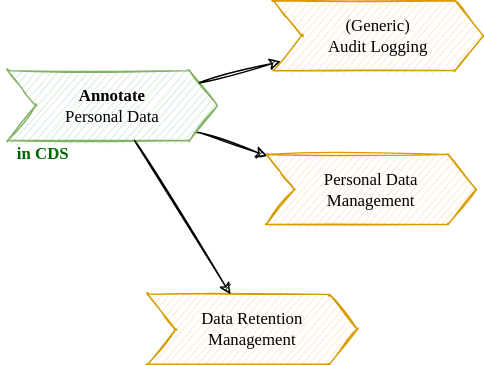
Above: guides/data-privacy/assets/Data-Privacy.drawio.svg in cap-js/docs (draw.io), before the change. Source tidied: cells renumbered, new cells last; positions are measured from the earlier drawing's top-left corner, leaving out a move shared by most shapes. Its diagram source:
```xml
<mxGraphModel>
  <root>
    <mxCell id="0" />
    <mxCell id="1" parent="0" />
    <mxCell id="2" style="jettySize=auto;html=1;sketch=1;curved=1;fontFamily=Chalkboard, &quot;Comic Sans MS&quot;;" parent="1" edge="1" source="3" target="5">
      <mxGeometry relative="1" as="geometry" />
    </mxCell>
    <mxCell id="3" value="&lt;b&gt;Annotate &lt;/b&gt;&lt;br&gt;Personal Data" style="shape=step;perimeter=stepPerimeter;whiteSpace=wrap;html=1;fixedSize=1;sketch=1;fontFamily=Chalkboard, &quot;Comic Sans MS&quot;;rounded=1;arcSize=0;fillColor=#d5e8d4;strokeColor=#82b366;spacing=10;" parent="1" vertex="1">
      <mxGeometry x="5" y="50" width="150" height="50" as="geometry" />
    </mxCell>
    <mxCell id="4" value="(Generic) &lt;br&gt;Audit Logging" style="shape=step;perimeter=stepPerimeter;whiteSpace=wrap;html=1;fixedSize=1;sketch=1;fontFamily=Chalkboard, &quot;Comic Sans MS&quot;;rounded=1;arcSize=0;fillColor=#ffe6cc;strokeColor=#d79b00;spacing=10;" parent="1" vertex="1">
      <mxGeometry x="195" width="150" height="50" as="geometry" />
    </mxCell>
    <mxCell id="5" value="Personal Data Management" style="shape=step;perimeter=stepPerimeter;whiteSpace=wrap;html=1;fixedSize=1;sketch=1;fontFamily=Chalkboard, &quot;Comic Sans MS&quot;;rounded=1;arcSize=0;fillColor=#ffe6cc;strokeColor=#d79b00;spacing=10;" parent="1" vertex="1">
      <mxGeometry x="190" y="110" width="150" height="50" as="geometry" />
    </mxCell>
    <mxCell id="6" value="Data Retention Management" style="shape=step;perimeter=stepPerimeter;whiteSpace=wrap;html=1;fixedSize=1;sketch=1;fontFamily=Chalkboard, &quot;Comic Sans MS&quot;;rounded=1;arcSize=0;fillColor=#ffe6cc;strokeColor=#d79b00;spacing=10;" parent="1" vertex="1">
      <mxGeometry x="105" y="210" width="150" height="50" as="geometry" />
    </mxCell>
    <mxCell id="7" style="jettySize=auto;html=1;sketch=1;curved=1;fontFamily=Chalkboard, &quot;Comic Sans MS&quot;;" parent="1" edge="1" source="3" target="4">
      <mxGeometry relative="1" as="geometry" />
    </mxCell>
    <mxCell id="8" style="jettySize=auto;html=1;sketch=1;curved=1;fontFamily=Chalkboard, &quot;Comic Sans MS&quot;;" parent="1" edge="1" source="3" target="6">
      <mxGeometry relative="1" as="geometry" />
    </mxCell>
    <mxCell id="9" value="in CDS" style="text;html=1;align=center;verticalAlign=middle;strokeColor=none;fillColor=none;fontFamily=Chalkboard, &quot;Comic Sans MS&quot;;fontColor=#006600;fontStyle=1;" parent="1" vertex="1">
      <mxGeometry y="95" width="60" height="30" as="geometry" />
    </mxCell>
  </root>
</mxGraphModel>
```
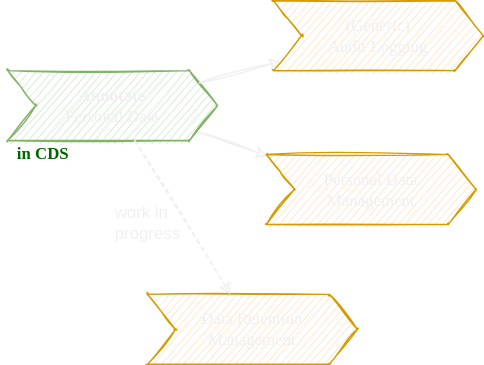
The same file after the commit.

Change to the diagram source:
```diff
@@ -5,7 +5,7 @@
     <mxCell id="2" style="jettySize=auto;html=1;sketch=1;curved=1;fontFamily=Chalkboard, &quot;Comic Sans MS&quot;;" parent="1" edge="1" source="3" target="5">
       <mxGeometry relative="1" as="geometry" />
     </mxCell>
-    <mxCell id="3" value="&lt;b&gt;Annotate &lt;/b&gt;&lt;br&gt;Personal Data" style="shape=step;perimeter=stepPerimeter;whiteSpace=wrap;html=1;fixedSize=1;sketch=1;fontFamily=Chalkboard, &quot;Comic Sans MS&quot;;rounded=1;arcSize=0;fillColor=#d5e8d4;strokeColor=#82b366;spacing=10;" parent="1" vertex="1">
+    <mxCell id="3" value="&lt;b&gt;Annotate &lt;/b&gt;&lt;br&gt;Personal Data" style="shape=step;perimeter=stepPerimeter;whiteSpace=wrap;html=1;fixedSize=1;sketch=1;fontFamily=Chalkboard, &quot;Comic Sans MS&quot;;rounded=1;arcSize=0;fillColor=#d5e8d4;strokeColor=#82b366;spacing=10;fontColor=#F0F0F0;" parent="1" vertex="1">
       <mxGeometry x="5" y="50" width="150" height="50" as="geometry" />
     </mxCell>
     <mxCell id="4" value="(Generic) &lt;br&gt;Audit Logging" style="shape=step;perimeter=stepPerimeter;whiteSpace=wrap;html=1;fixedSize=1;sketch=1;fontFamily=Chalkboard, &quot;Comic Sans MS&quot;;rounded=1;arcSize=0;fillColor=#ffe6cc;strokeColor=#d79b00;spacing=10;" parent="1" vertex="1">
@@ -20,11 +20,14 @@
     <mxCell id="7" style="jettySize=auto;html=1;sketch=1;curved=1;fontFamily=Chalkboard, &quot;Comic Sans MS&quot;;" parent="1" edge="1" source="3" target="4">
       <mxGeometry relative="1" as="geometry" />
     </mxCell>
-    <mxCell id="8" style="jettySize=auto;html=1;sketch=1;curved=1;fontFamily=Chalkboard, &quot;Comic Sans MS&quot;;" parent="1" edge="1" source="3" target="6">
+    <mxCell id="8" style="jettySize=auto;html=1;sketch=1;curved=1;fontFamily=Chalkboard, &quot;Comic Sans MS&quot;;dashed=1;" parent="1" edge="1" source="3" target="6">
       <mxGeometry relative="1" as="geometry" />
     </mxCell>
     <mxCell id="9" value="in CDS" style="text;html=1;align=center;verticalAlign=middle;strokeColor=none;fillColor=none;fontFamily=Chalkboard, &quot;Comic Sans MS&quot;;fontColor=#006600;fontStyle=1;" parent="1" vertex="1">
       <mxGeometry y="95" width="60" height="30" as="geometry" />
     </mxCell>
+    <mxCell id="10" value="work in progress" style="text;html=1;strokeColor=none;fillColor=none;align=left;verticalAlign=middle;whiteSpace=wrap;rounded=0;" parent="1" vertex="1">
+      <mxGeometry x="80" y="144" width="60" height="30" as="geometry" />
+    </mxCell>
   </root>
 </mxGraphModel>
```
